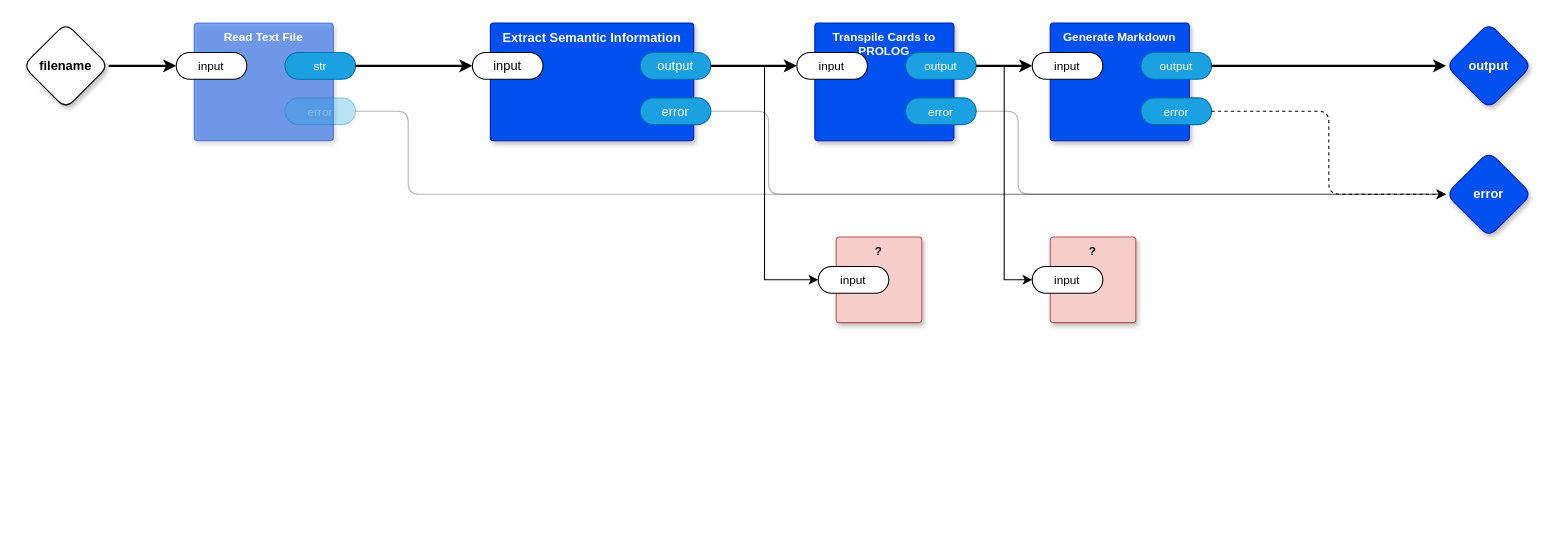
This is page "main" (1 of 11) of top.drawio from guitarvydas/kinopio2md, a draw.io file, before an edit. Source tidied: cells renumbered, new cells numbered last; positions are measured from the earlier drawing's top-left corner, leaving out a move shared by most shapes. Both pictures are drawn from the tidied source at 107%, with x=0, y=0 at pixel (22, 22).
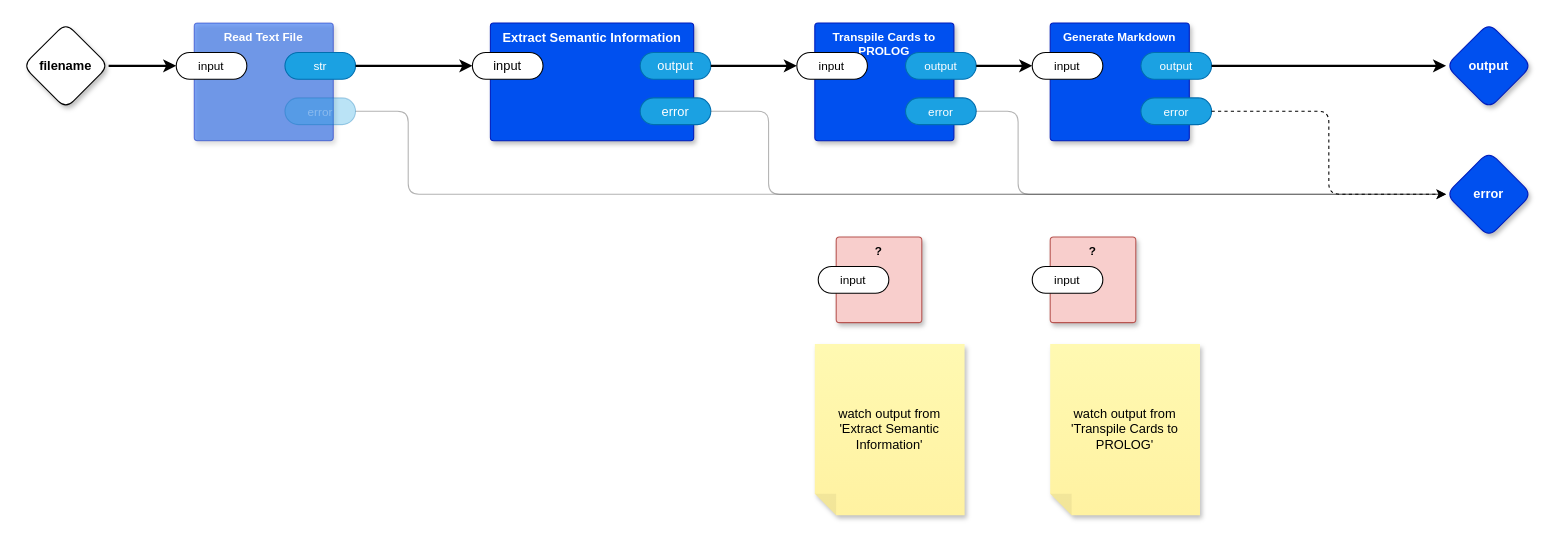
The same diagram, later.

The change refers to these unchanged cells:
```xml
<mxCell id="8" value="output" style="rounded=1;whiteSpace=wrap;html=1;sketch=0;points=[[0,0.5,0,0,0],[1,0.5,0,0,0]];fillColor=#1ba1e2;fontColor=#ffffff;strokeColor=#006EAF;arcSize=50;" parent="5" vertex="1">
  <mxGeometry x="140" y="27.5" width="66" height="25" as="geometry" />
</mxCell>
<mxCell id="19" value="output" style="rounded=1;whiteSpace=wrap;html=1;sketch=0;points=[[0,0.5,0,0,0],[1,0.5,0,0,0]];fillColor=#1ba1e2;fontColor=#ffffff;strokeColor=#006EAF;arcSize=50;fontFamily=Helvetica;fontSize=11;" parent="17" vertex="1">
  <mxGeometry x="84.8" y="27.5" width="66" height="25" as="geometry" />
</mxCell>
<mxCell id="31" value="input" style="rounded=1;whiteSpace=wrap;html=1;sketch=0;points=[[0,0.5,0,0,0],[1,0.5,0,0,0]];arcSize=50;fontFamily=Helvetica;fontSize=11;fontColor=default;" parent="30" vertex="1">
  <mxGeometry x="-16.8" y="27.5" width="66" height="25" as="geometry" />
</mxCell>
<mxCell id="34" value="input" style="rounded=1;whiteSpace=wrap;html=1;sketch=0;points=[[0,0.5,0,0,0],[1,0.5,0,0,0]];arcSize=50;fontFamily=Helvetica;fontSize=11;fontColor=default;" parent="33" vertex="1">
  <mxGeometry x="-16.8" y="27.5" width="66" height="25" as="geometry" />
</mxCell>
```

Change to the diagram source:
```diff
@@
-    <mxCell id="32" style="edgeStyle=orthogonalEdgeStyle;rounded=0;jettySize=auto;html=1;exitX=1;exitY=0.5;exitDx=0;exitDy=0;exitPerimeter=0;entryX=0;entryY=0.5;entryDx=0;entryDy=0;entryPerimeter=0;" parent="1" edge="1" source="8" target="31">
-      <mxGeometry relative="1" as="geometry" />
-    </mxCell>
@@
-    <mxCell id="35" style="edgeStyle=orthogonalEdgeStyle;rounded=0;jettySize=auto;html=1;exitX=1;exitY=0.5;exitDx=0;exitDy=0;exitPerimeter=0;entryX=0;entryY=0.5;entryDx=0;entryDy=0;entryPerimeter=0;" parent="1" edge="1" source="19" target="34">
-      <mxGeometry relative="1" as="geometry" />
-    </mxCell>
+    <mxCell id="36" value="watch output from 'Extract Semantic Information'" style="shape=note;whiteSpace=wrap;html=1;backgroundOutline=1;fontColor=#000000;darkOpacity=0.05;fillColor=#FFF9B2;strokeColor=none;fillStyle=solid;direction=west;gradientDirection=north;gradientColor=#FFF2A1;shadow=1;size=20;" parent="1" vertex="1">
+      <mxGeometry x="740" y="300" width="140" height="160" as="geometry" />
+    </mxCell>
+    <mxCell id="37" value="watch output from 'Transpile Cards to PROLOG'" style="shape=note;whiteSpace=wrap;html=1;backgroundOutline=1;fontColor=#000000;darkOpacity=0.05;fillColor=#FFF9B2;strokeColor=none;fillStyle=solid;direction=west;gradientDirection=north;gradientColor=#FFF2A1;shadow=1;size=20;" parent="1" vertex="1">
+      <mxGeometry x="960" y="300" width="140" height="160" as="geometry" />
+    </mxCell>
```
